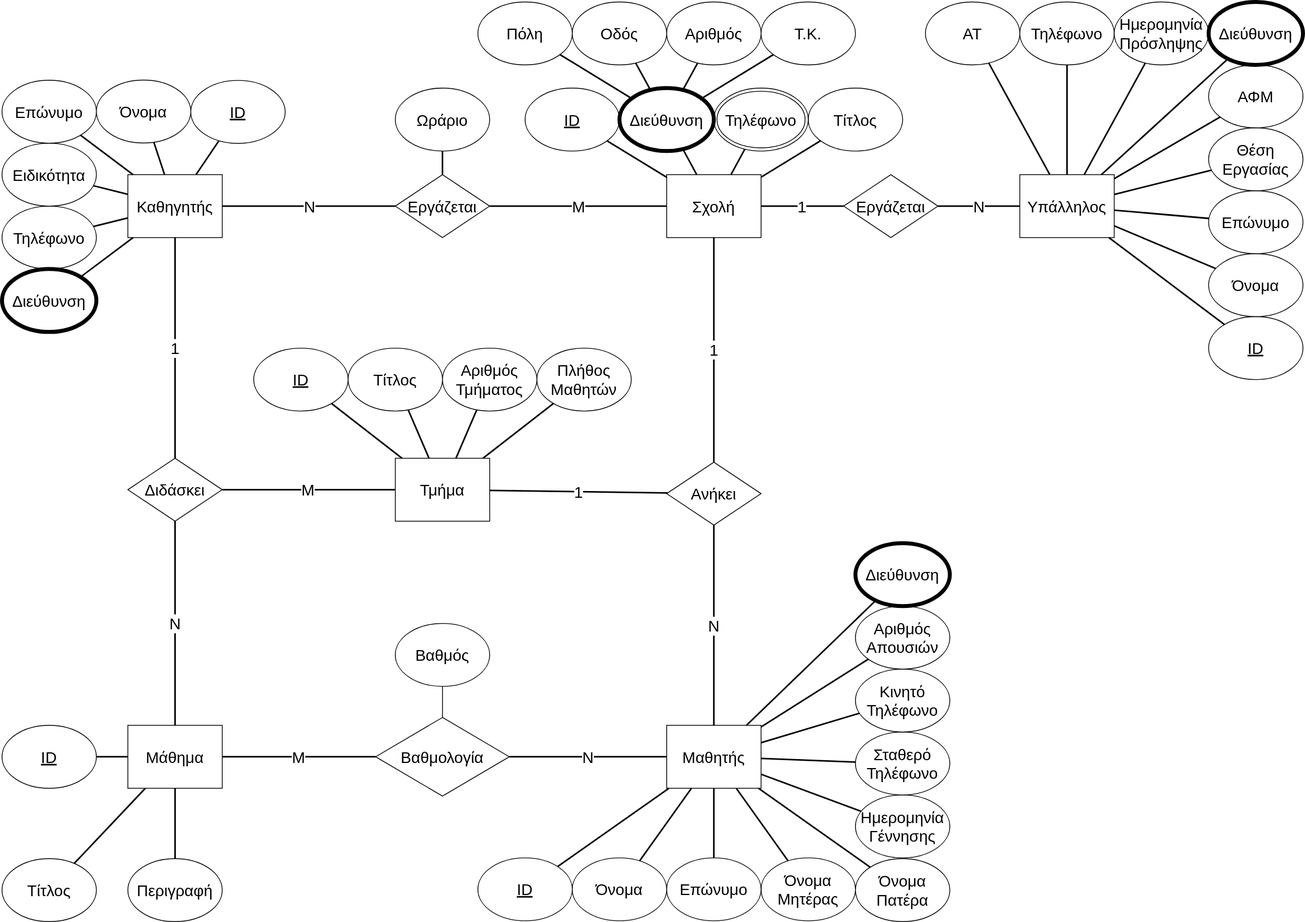
Earlier version of the draw.io export Database Diagram.drawio.svg (kyrtsouv/DB-Project). Source tidied: cells renumbered, new cells last; positions are measured from the earlier drawing's top-left corner, leaving out a move shared by most shapes.
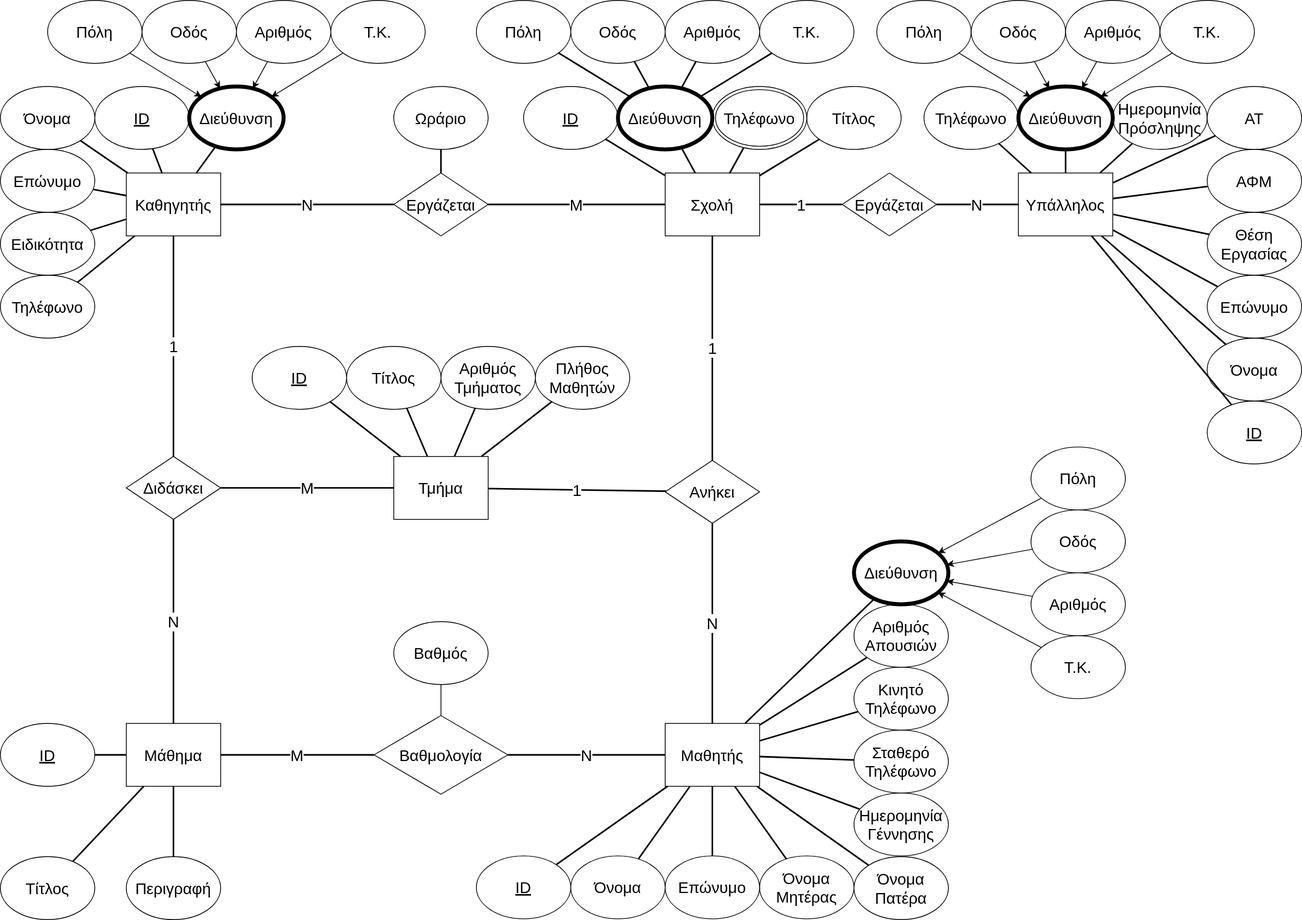
Later version of the same file.

The edit, as a diff of the source:
```diff
@@ -30,22 +30,22 @@
       <mxGeometry x="1294" y="219.5" width="120" height="80" as="geometry" />
     </mxCell>
     <mxCell id="11" value="ID" style="ellipse;whiteSpace=wrap;html=1;fontFamily=Helvetica;fontSize=20;fontColor=default;flipV=0;flipH=1;direction=east;fontStyle=4;labelPosition=center;verticalLabelPosition=middle;align=center;verticalAlign=middle;strokeColor=default;labelBorderColor=none;" parent="1" vertex="1">
-      <mxGeometry x="1534" y="400" width="120" height="80" as="geometry" />
+      <mxGeometry x="1534" y="509.5" width="120" height="80" as="geometry" />
     </mxCell>
     <mxCell id="12" value="Όνομα" style="ellipse;whiteSpace=wrap;html=1;fontFamily=Helvetica;fontSize=20;fontColor=default;flipV=0;flipH=1;direction=east;labelPosition=center;verticalLabelPosition=middle;align=center;verticalAlign=middle;strokeColor=default;labelBorderColor=none;" parent="1" vertex="1">
-      <mxGeometry x="1534" y="320" width="120" height="80" as="geometry" />
+      <mxGeometry x="1534" y="429.5" width="120" height="80" as="geometry" />
     </mxCell>
     <mxCell id="13" value="Επώνυμο" style="ellipse;whiteSpace=wrap;html=1;fontFamily=Helvetica;fontSize=20;fontColor=default;flipV=0;flipH=1;direction=east;labelPosition=center;verticalLabelPosition=middle;align=center;verticalAlign=middle;strokeColor=default;labelBorderColor=none;" parent="1" vertex="1">
-      <mxGeometry x="1534" y="240" width="120" height="80" as="geometry" />
+      <mxGeometry x="1534" y="349.5" width="120" height="80" as="geometry" />
     </mxCell>
     <mxCell id="14" value="Θέση&lt;br style=&quot;font-size: 20px;&quot;&gt;Εργασίας" style="ellipse;whiteSpace=wrap;html=1;fontFamily=Helvetica;fontSize=20;fontColor=default;flipV=0;flipH=1;direction=east;labelPosition=center;verticalLabelPosition=middle;align=center;verticalAlign=middle;strokeColor=default;labelBorderColor=none;" parent="1" vertex="1">
-      <mxGeometry x="1534" y="160" width="120" height="80" as="geometry" />
+      <mxGeometry x="1534" y="269.5" width="120" height="80" as="geometry" />
     </mxCell>
     <mxCell id="15" value="Τηλέφωνο" style="ellipse;whiteSpace=wrap;html=1;strokeColor=default;align=center;verticalAlign=middle;fontFamily=Helvetica;fontSize=20;fontColor=default;fillColor=default;flipV=0;flipH=1;direction=east;labelPosition=center;verticalLabelPosition=middle;labelBorderColor=none;" parent="1" vertex="1">
-      <mxGeometry x="1294" width="120" height="80" as="geometry" />
+      <mxGeometry x="1174" y="109.5" width="120" height="80" as="geometry" />
     </mxCell>
     <mxCell id="16" value="Ημερομηνία&lt;br style=&quot;font-size: 20px;&quot;&gt;Πρόσληψης" style="ellipse;whiteSpace=wrap;html=1;strokeColor=default;align=center;verticalAlign=middle;fontFamily=Helvetica;fontSize=20;fontColor=default;fillColor=default;flipV=0;flipH=1;direction=east;labelPosition=center;verticalLabelPosition=middle;labelBorderColor=none;" parent="1" vertex="1">
-      <mxGeometry x="1414" width="120" height="80" as="geometry" />
+      <mxGeometry x="1414" y="109.5" width="120" height="80" as="geometry" />
     </mxCell>
     <mxCell id="17" value="N" style="edgeStyle=none;rounded=0;jettySize=auto;html=1;labelBackgroundColor=default;strokeColor=default;align=center;verticalAlign=middle;fontFamily=Helvetica;fontSize=20;fontColor=default;endArrow=none;endFill=0;strokeWidth=2;labelBorderColor=none;" parent="1" edge="1" source="18" target="108">
       <mxGeometry relative="1" as="geometry" />
@@ -87,10 +87,10 @@
       <mxGeometry x="1085" y="768" width="120" height="80" as="geometry" />
     </mxCell>
     <mxCell id="30" value="ΑΦΜ" style="ellipse;whiteSpace=wrap;html=1;strokeColor=default;align=center;verticalAlign=middle;fontFamily=Helvetica;fontSize=20;fontColor=default;fillColor=default;flipV=0;flipH=1;direction=east;labelPosition=center;verticalLabelPosition=middle;labelBorderColor=none;" parent="1" vertex="1">
-      <mxGeometry x="1534" y="80" width="120" height="80" as="geometry" />
+      <mxGeometry x="1534" y="189.5" width="120" height="80" as="geometry" />
     </mxCell>
     <mxCell id="31" value="ΑΤ" style="ellipse;whiteSpace=wrap;html=1;strokeColor=default;align=center;verticalAlign=middle;fontFamily=Helvetica;fontSize=20;fontColor=default;fillColor=default;flipV=0;flipH=1;direction=east;labelPosition=center;verticalLabelPosition=middle;labelBorderColor=none;" parent="1" vertex="1">
-      <mxGeometry x="1174" width="120" height="80" as="geometry" />
+      <mxGeometry x="1534" y="109.5" width="120" height="80" as="geometry" />
     </mxCell>
     <mxCell id="32" value="1" style="edgeStyle=none;shape=connector;rounded=0;jettySize=auto;html=1;labelBackgroundColor=default;strokeColor=default;align=center;verticalAlign=middle;fontFamily=Helvetica;fontSize=20;fontColor=default;endArrow=none;endFill=0;strokeWidth=2;labelBorderColor=none;" parent="1" edge="1" source="34" target="105">
       <mxGeometry relative="1" as="geometry" />
@@ -234,25 +234,25 @@
       <mxGeometry relative="1" as="geometry" />
     </mxCell>
     <mxCell id="79" value="Διεύθυνση" style="ellipse;whiteSpace=wrap;html=1;strokeWidth=5;rotation=0;fontSize=20;direction=west;flipV=0;flipH=1;labelPosition=center;verticalLabelPosition=middle;align=center;verticalAlign=middle;strokeColor=default;labelBorderColor=none;" parent="1" vertex="1">
-      <mxGeometry x="1534" width="120" height="80" as="geometry" />
+      <mxGeometry x="1294" y="109.5" width="120" height="80" as="geometry" />
     </mxCell>
     <mxCell id="80" value="Τηλέφωνο" style="ellipse;whiteSpace=wrap;html=1;strokeColor=default;align=center;verticalAlign=middle;fontFamily=Helvetica;fontSize=20;fontColor=default;fillColor=default;labelBorderColor=none;" parent="1" vertex="1">
-      <mxGeometry y="259.5" width="120" height="80" as="geometry" />
+      <mxGeometry y="349.5" width="120" height="80" as="geometry" />
     </mxCell>
     <mxCell id="81" value="Ειδικότητα" style="ellipse;whiteSpace=wrap;html=1;fontFamily=Helvetica;fontSize=20;fontColor=default;strokeColor=default;labelBorderColor=none;" parent="1" vertex="1">
-      <mxGeometry y="179.5" width="120" height="80" as="geometry" />
+      <mxGeometry y="269.5" width="120" height="80" as="geometry" />
     </mxCell>
     <mxCell id="82" value="Επώνυμο" style="ellipse;whiteSpace=wrap;html=1;fontFamily=Helvetica;fontSize=20;fontColor=default;strokeColor=default;labelBorderColor=none;" parent="1" vertex="1">
-      <mxGeometry y="99.5" width="120" height="80" as="geometry" />
+      <mxGeometry y="189.5" width="120" height="80" as="geometry" />
     </mxCell>
     <mxCell id="83" value="Όνομα" style="ellipse;whiteSpace=wrap;html=1;fontFamily=Helvetica;fontSize=20;fontColor=default;strokeColor=default;labelBorderColor=none;" parent="1" vertex="1">
-      <mxGeometry x="120" y="99.2" width="120" height="80" as="geometry" />
+      <mxGeometry y="109.5" width="120" height="80" as="geometry" />
     </mxCell>
     <mxCell id="84" value="ID" style="ellipse;whiteSpace=wrap;html=1;fontFamily=Helvetica;fontSize=20;fontColor=default;fontStyle=4;strokeColor=default;labelBorderColor=none;" parent="1" vertex="1">
-      <mxGeometry x="240" y="99.8" width="120" height="80" as="geometry" />
+      <mxGeometry x="120" y="109.5" width="120" height="80" as="geometry" />
     </mxCell>
     <mxCell id="85" value="Διεύθυνση" style="ellipse;whiteSpace=wrap;html=1;strokeWidth=5;rotation=0;fontSize=20;strokeColor=default;labelBorderColor=none;" parent="1" vertex="1">
-      <mxGeometry y="339.5" width="120" height="80" as="geometry" />
+      <mxGeometry x="240" y="109.5" width="120" height="80" as="geometry" />
     </mxCell>
     <mxCell id="86" value="Διεύθυνση" style="ellipse;whiteSpace=wrap;html=1;strokeWidth=5;rotation=0;fontSize=20;strokeColor=default;labelBorderColor=none;" parent="1" vertex="1">
       <mxGeometry x="1085" y="688" width="120" height="80" as="geometry" />
@@ -326,5 +326,77 @@
     <mxCell id="109" value="Ωράριο" style="ellipse;whiteSpace=wrap;html=1;fontFamily=Helvetica;fontSize=20;fontColor=default;strokeColor=default;labelBorderColor=none;" parent="1" vertex="1">
       <mxGeometry x="500" y="109.5" width="120" height="80" as="geometry" />
     </mxCell>
+    <mxCell id="110" style="rounded=0;jettySize=auto;html=1;" parent="1" edge="1" source="111" target="85">
+      <mxGeometry relative="1" as="geometry" />
+    </mxCell>
+    <mxCell id="111" value="Πόλη" style="ellipse;whiteSpace=wrap;html=1;rotation=0;fontSize=20;strokeColor=default;labelBorderColor=none;" parent="1" vertex="1">
+      <mxGeometry x="60" width="120" height="80" as="geometry" />
+    </mxCell>
+    <mxCell id="112" style="edgeStyle=none;shape=connector;rounded=0;jettySize=auto;html=1;labelBackgroundColor=default;strokeColor=default;align=center;verticalAlign=middle;fontFamily=Helvetica;fontSize=11;fontColor=default;endArrow=classic;" parent="1" edge="1" source="113" target="85">
+      <mxGeometry relative="1" as="geometry" />
+    </mxCell>
+    <mxCell id="113" value="Οδός" style="ellipse;whiteSpace=wrap;html=1;rotation=0;fontSize=20;strokeColor=default;labelBorderColor=none;" parent="1" vertex="1">
+      <mxGeometry x="180" width="120" height="80" as="geometry" />
+    </mxCell>
+    <mxCell id="114" style="edgeStyle=none;shape=connector;rounded=0;jettySize=auto;html=1;labelBackgroundColor=default;strokeColor=default;align=center;verticalAlign=middle;fontFamily=Helvetica;fontSize=11;fontColor=default;endArrow=classic;" parent="1" edge="1" source="115" target="85">
+      <mxGeometry relative="1" as="geometry" />
+    </mxCell>
+    <mxCell id="115" value="Αριθμός" style="ellipse;whiteSpace=wrap;html=1;rotation=0;fontSize=20;strokeColor=default;labelBorderColor=none;" parent="1" vertex="1">
+      <mxGeometry x="300" width="120" height="80" as="geometry" />
+    </mxCell>
+    <mxCell id="116" style="edgeStyle=none;shape=connector;rounded=0;jettySize=auto;html=1;labelBackgroundColor=default;strokeColor=default;align=center;verticalAlign=middle;fontFamily=Helvetica;fontSize=11;fontColor=default;endArrow=classic;" parent="1" edge="1" source="117" target="85">
+      <mxGeometry relative="1" as="geometry" />
+    </mxCell>
+    <mxCell id="117" value="Τ.Κ." style="ellipse;whiteSpace=wrap;html=1;rotation=0;fontSize=20;strokeColor=default;labelBorderColor=none;" parent="1" vertex="1">
+      <mxGeometry x="420" width="120" height="80" as="geometry" />
+    </mxCell>
+    <mxCell id="118" style="edgeStyle=none;shape=connector;rounded=0;jettySize=auto;html=1;labelBackgroundColor=default;strokeColor=default;align=center;verticalAlign=middle;fontFamily=Helvetica;fontSize=11;fontColor=default;endArrow=classic;" parent="1" edge="1" source="119" target="79">
+      <mxGeometry relative="1" as="geometry" />
+    </mxCell>
+    <mxCell id="119" value="Πόλη" style="ellipse;whiteSpace=wrap;html=1;rotation=0;fontSize=20;strokeColor=default;labelBorderColor=none;" parent="1" vertex="1">
+      <mxGeometry x="1114" width="120" height="80" as="geometry" />
+    </mxCell>
+    <mxCell id="120" style="edgeStyle=none;shape=connector;rounded=0;jettySize=auto;html=1;labelBackgroundColor=default;strokeColor=default;align=center;verticalAlign=middle;fontFamily=Helvetica;fontSize=11;fontColor=default;endArrow=classic;" parent="1" edge="1" source="121" target="79">
+      <mxGeometry relative="1" as="geometry" />
+    </mxCell>
+    <mxCell id="121" value="Οδός" style="ellipse;whiteSpace=wrap;html=1;rotation=0;fontSize=20;strokeColor=default;labelBorderColor=none;" parent="1" vertex="1">
+      <mxGeometry x="1234" width="120" height="80" as="geometry" />
+    </mxCell>
+    <mxCell id="122" style="edgeStyle=none;shape=connector;rounded=0;jettySize=auto;html=1;labelBackgroundColor=default;strokeColor=default;align=center;verticalAlign=middle;fontFamily=Helvetica;fontSize=11;fontColor=default;endArrow=classic;" parent="1" edge="1" source="123" target="79">
+      <mxGeometry relative="1" as="geometry" />
+    </mxCell>
+    <mxCell id="123" value="Αριθμός" style="ellipse;whiteSpace=wrap;html=1;rotation=0;fontSize=20;strokeColor=default;labelBorderColor=none;" parent="1" vertex="1">
+      <mxGeometry x="1354" width="120" height="80" as="geometry" />
+    </mxCell>
+    <mxCell id="124" style="edgeStyle=none;shape=connector;rounded=0;jettySize=auto;html=1;labelBackgroundColor=default;strokeColor=default;align=center;verticalAlign=middle;fontFamily=Helvetica;fontSize=11;fontColor=default;endArrow=classic;" parent="1" edge="1" source="125" target="79">
+      <mxGeometry relative="1" as="geometry" />
+    </mxCell>
+    <mxCell id="125" value="Τ.Κ." style="ellipse;whiteSpace=wrap;html=1;rotation=0;fontSize=20;strokeColor=default;labelBorderColor=none;" parent="1" vertex="1">
+      <mxGeometry x="1474" width="120" height="80" as="geometry" />
+    </mxCell>
+    <mxCell id="126" style="edgeStyle=none;shape=connector;rounded=0;jettySize=auto;html=1;labelBackgroundColor=default;strokeColor=default;align=center;verticalAlign=middle;fontFamily=Helvetica;fontSize=11;fontColor=default;endArrow=classic;" parent="1" edge="1" source="127" target="86">
+      <mxGeometry relative="1" as="geometry" />
+    </mxCell>
+    <mxCell id="127" value="Πόλη" style="ellipse;whiteSpace=wrap;html=1;rotation=0;fontSize=20;strokeColor=default;labelBorderColor=none;" parent="1" vertex="1">
+      <mxGeometry x="1310" y="568" width="120" height="80" as="geometry" />
+    </mxCell>
+    <mxCell id="128" style="edgeStyle=none;shape=connector;rounded=0;jettySize=auto;html=1;labelBackgroundColor=default;strokeColor=default;align=center;verticalAlign=middle;fontFamily=Helvetica;fontSize=11;fontColor=default;endArrow=classic;" parent="1" edge="1" source="129" target="86">
+      <mxGeometry relative="1" as="geometry" />
+    </mxCell>
+    <mxCell id="129" value="Οδός" style="ellipse;whiteSpace=wrap;html=1;rotation=0;fontSize=20;strokeColor=default;labelBorderColor=none;" parent="1" vertex="1">
+      <mxGeometry x="1310" y="648" width="120" height="80" as="geometry" />
+    </mxCell>
+    <mxCell id="130" style="edgeStyle=none;shape=connector;rounded=0;jettySize=auto;html=1;labelBackgroundColor=default;strokeColor=default;align=center;verticalAlign=middle;fontFamily=Helvetica;fontSize=11;fontColor=default;endArrow=classic;" parent="1" edge="1" source="131" target="86">
+      <mxGeometry relative="1" as="geometry" />
+    </mxCell>
+    <mxCell id="131" value="Αριθμός" style="ellipse;whiteSpace=wrap;html=1;rotation=0;fontSize=20;strokeColor=default;labelBorderColor=none;" parent="1" vertex="1">
+      <mxGeometry x="1310" y="728" width="120" height="80" as="geometry" />
+    </mxCell>
+    <mxCell id="132" style="edgeStyle=none;shape=connector;rounded=0;jettySize=auto;html=1;labelBackgroundColor=default;strokeColor=default;align=center;verticalAlign=middle;fontFamily=Helvetica;fontSize=11;fontColor=default;endArrow=classic;" parent="1" edge="1" source="133" target="86">
+      <mxGeometry relative="1" as="geometry" />
+    </mxCell>
+    <mxCell id="133" value="Τ.Κ." style="ellipse;whiteSpace=wrap;html=1;rotation=0;fontSize=20;strokeColor=default;labelBorderColor=none;" parent="1" vertex="1">
+      <mxGeometry x="1310" y="808" width="120" height="80" as="geometry" />
+    </mxCell>
   </root>
 </mxGraphModel>
```
